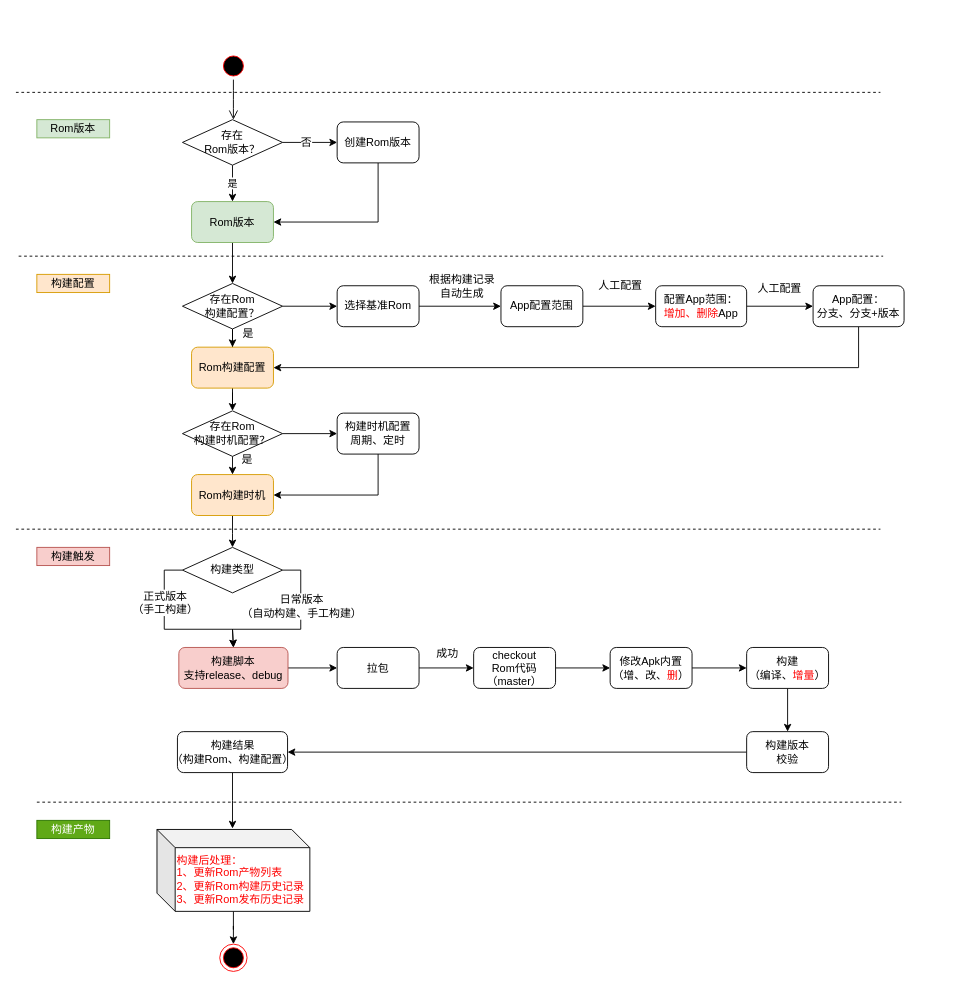
walkwall/drawing keeps this draw.io diagram as Copy of 自动构建流程示意图.drawio. Above is the earlier version. Source tidied: cells renumbered, new cells numbered last; positions are measured from the earlier drawing's top-left corner, leaving out a move shared by most shapes. Both pictures are drawn from the tidied source at 91%, with x=0, y=0 at pixel (15, 15).
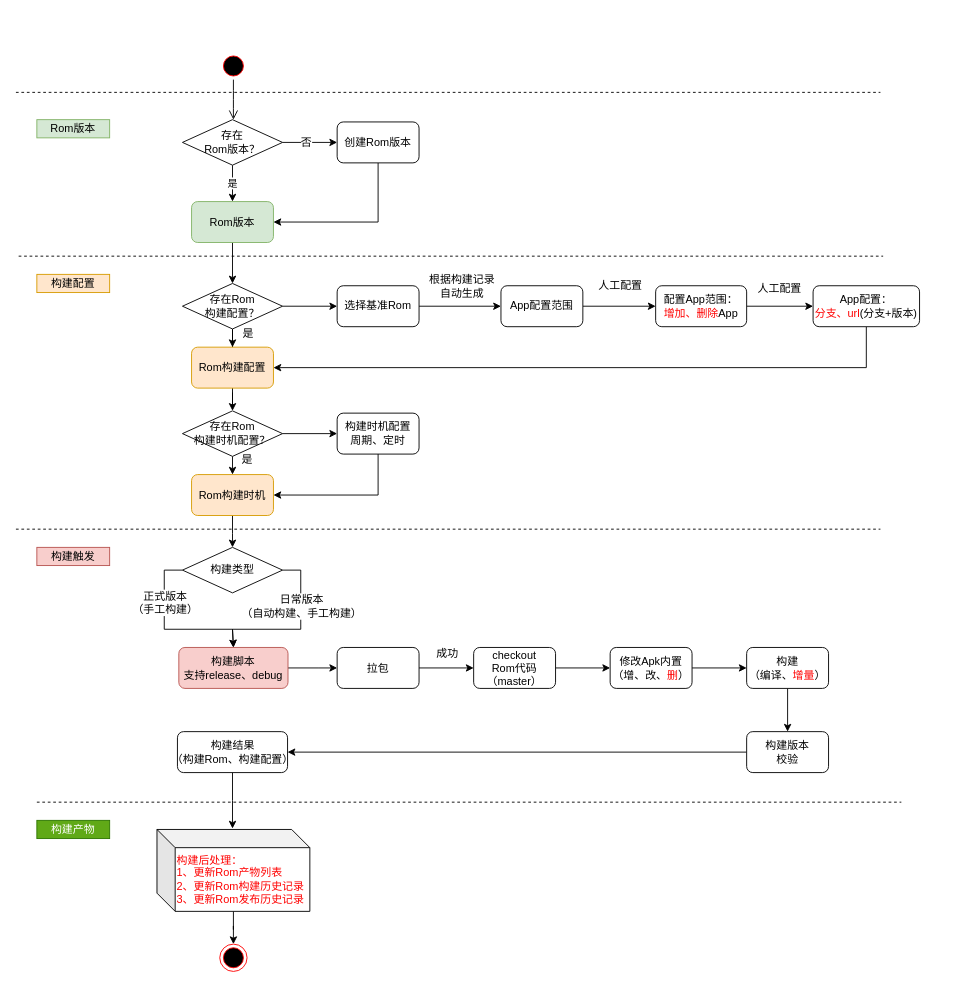
After the change.

Commit message:
Update Copy of 自动构建流程示意图.drawio

The change refers to these unchanged cells:
```xml
<mxCell id="37" value="Rom构建配置" style="rounded=1;whiteSpace=wrap;html=1;shadow=0;labelBackgroundColor=none;fillColor=#ffe6cc;strokeColor=#d79b00;" parent="1" vertex="1">
  <mxGeometry x="193" y="364" width="90" height="45" as="geometry" />
</mxCell>
```

What changed in the source:
```diff
@@
     <mxCell id="22" style="edgeStyle=orthogonalEdgeStyle;rounded=0;jettySize=auto;html=1;entryX=1;entryY=0.5;entryDx=0;entryDy=0;exitX=0.5;exitY=1;exitDx=0;exitDy=0;" parent="1" edge="1" source="42" target="37">
       <mxGeometry relative="1" as="geometry">
         <Array as="points">
-          <mxPoint x="926" y="387" />
+          <mxPoint x="935" y="387" />
         </Array>
       </mxGeometry>
     </mxCell>
@@
-    <mxCell id="42" value="App配置：&lt;br&gt;分支、分支+版本" style="rounded=1;whiteSpace=wrap;html=1;shadow=0;labelBackgroundColor=none;" parent="1" vertex="1">
-      <mxGeometry x="876" y="296.5" width="100" height="45" as="geometry" />
+    <mxCell id="42" value="App配置：&lt;br&gt;&lt;font color=&quot;#ff0000&quot;&gt;分支、url&lt;/font&gt;(分支+版本)" style="rounded=1;whiteSpace=wrap;html=1;shadow=0;labelBackgroundColor=none;" parent="1" vertex="1">
+      <mxGeometry x="876" y="296.5" width="117" height="45" as="geometry" />
     </mxCell>
```
